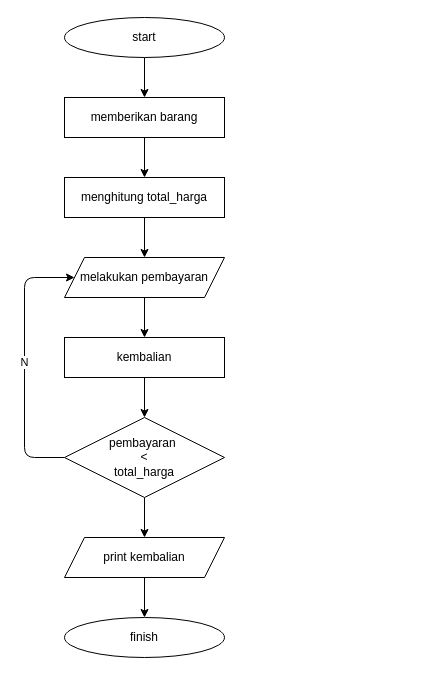
Above: flowchart.drawio in gustixxv/gustiraka-sistemkasir (draw.io), before the change. Source tidied: cells renumbered, new cells numbered last; positions are measured from the earlier drawing's top-left corner, leaving out a move shared by most shapes. Both pictures are drawn from the tidied source at 100%, with x=0, y=0 at pixel (24, 17).
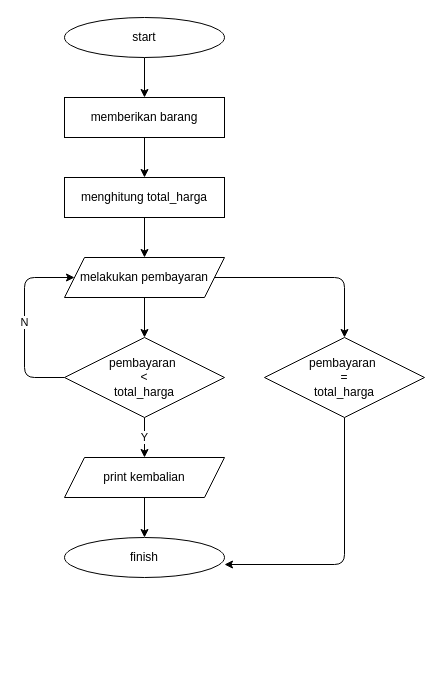
The same diagram, later.

The change refers to these unchanged cells:
```xml
<mxCell id="7" value="melakukan pembayaran" style="shape=parallelogram;perimeter=parallelogramPerimeter;whiteSpace=wrap;html=1;fixedSize=1;" parent="1" vertex="1">
  <mxGeometry x="40" y="240" width="160" height="40" as="geometry" />
</mxCell>
```

What changed in the source:
```diff
@@
-    <mxCell id="6" style="edgeStyle=none;html=1;entryX=0.5;entryY=0;entryDx=0;entryDy=0;" parent="1" edge="1" source="7" target="9">
-      <mxGeometry relative="1" as="geometry" />
-    </mxCell>
+    <mxCell id="18" style="edgeStyle=none;html=1;entryX=0.5;entryY=0;entryDx=0;entryDy=0;" parent="1" edge="1" source="7" target="21">
+      <mxGeometry relative="1" as="geometry">
+        <Array as="points">
+          <mxPoint x="320" y="260" />
+        </Array>
+      </mxGeometry>
+    </mxCell>
+    <mxCell id="19" style="edgeStyle=none;html=1;entryX=0.5;entryY=0;entryDx=0;entryDy=0;" parent="1" edge="1" source="7" target="12">
+      <mxGeometry relative="1" as="geometry" />
+    </mxCell>
@@
-    <mxCell id="8" style="edgeStyle=none;html=1;exitX=0.5;exitY=1;exitDx=0;exitDy=0;entryX=0.5;entryY=0;entryDx=0;entryDy=0;" parent="1" edge="1" source="9" target="12">
-      <mxGeometry relative="1" as="geometry" />
+    <mxCell id="8" style="edgeStyle=none;html=1;exitX=0.5;exitY=1;exitDx=0;exitDy=0;entryX=0.5;entryY=0;entryDx=0;entryDy=0;" parent="1" edge="1" target="12">
+      <mxGeometry relative="1" as="geometry">
+        <mxPoint x="120" y="360" as="sourcePoint" />
+      </mxGeometry>
     </mxCell>
-    <mxCell id="9" value="kembalian" style="rounded=0;whiteSpace=wrap;html=1;" parent="1" vertex="1">
-      <mxGeometry x="40" y="320" width="160" height="40" as="geometry" />
-    </mxCell>
     <mxCell id="10" value="N" style="edgeStyle=none;html=1;exitX=0;exitY=0.5;exitDx=0;exitDy=0;entryX=0;entryY=0.5;entryDx=0;entryDy=0;" parent="1" edge="1" source="12" target="7">
       <mxGeometry relative="1" as="geometry">
         <Array as="points">
-          <mxPoint y="440" />
+          <mxPoint y="360" />
           <mxPoint y="260" />
         </Array>
       </mxGeometry>
     </mxCell>
-    <mxCell id="11" style="edgeStyle=none;html=1;entryX=0.5;entryY=0;entryDx=0;entryDy=0;" parent="1" edge="1" source="12" target="14">
+    <mxCell id="11" value="Y" style="edgeStyle=none;html=1;entryX=0.5;entryY=0;entryDx=0;entryDy=0;" parent="1" edge="1" source="12" target="14">
       <mxGeometry relative="1" as="geometry" />
     </mxCell>
     <mxCell id="12" value="pembayaran&amp;nbsp;&lt;br&gt;&amp;lt;&lt;br&gt;total_harga" style="rhombus;whiteSpace=wrap;html=1;" parent="1" vertex="1">
-      <mxGeometry x="40" y="400" width="160" height="80" as="geometry" />
+      <mxGeometry x="40" y="320" width="160" height="80" as="geometry" />
     </mxCell>
@@
     <mxCell id="14" value="print kembalian" style="shape=parallelogram;perimeter=parallelogramPerimeter;whiteSpace=wrap;html=1;fixedSize=1;" parent="1" vertex="1">
-      <mxGeometry x="40" y="520" width="160" height="40" as="geometry" />
+      <mxGeometry x="40" y="440" width="160" height="40" as="geometry" />
     </mxCell>
@@
     <mxCell id="17" value="finish" style="ellipse;whiteSpace=wrap;html=1;" parent="1" vertex="1">
-      <mxGeometry x="40" y="600" width="160" height="40" as="geometry" />
+      <mxGeometry x="40" y="520" width="160" height="40" as="geometry" />
     </mxCell>
+    <mxCell id="20" style="edgeStyle=none;html=1;entryX=1;entryY=0.675;entryDx=0;entryDy=0;entryPerimeter=0;" parent="1" edge="1" source="21" target="17">
+      <mxGeometry relative="1" as="geometry">
+        <Array as="points">
+          <mxPoint x="320" y="547" />
+        </Array>
+      </mxGeometry>
+    </mxCell>
+    <mxCell id="21" value="pembayaran&amp;nbsp;&lt;br&gt;=&lt;br&gt;total_harga" style="rhombus;whiteSpace=wrap;html=1;" parent="1" vertex="1">
+      <mxGeometry x="240" y="320" width="160" height="80" as="geometry" />
+    </mxCell>
```
